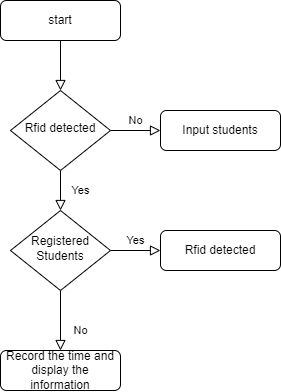
Before: 2_Architecture/flowchart.drawio.png, a diagram exported from draw.io (Ajithmathiyalagan/M1_Project). Source tidied: cells renumbered, new cells last; positions are measured from the earlier drawing's top-left corner, leaving out a move shared by most shapes.
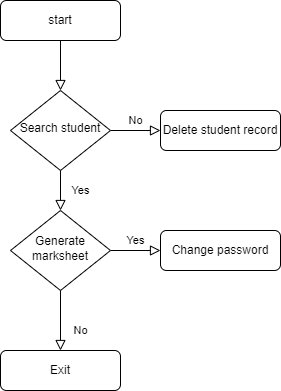
Above is the later version.

What changed in the source:
```diff
@@ -14,10 +14,10 @@
     <mxCell id="5" value="No" style="edgeStyle=orthogonalEdgeStyle;rounded=0;html=1;jettySize=auto;fontSize=11;endArrow=block;endFill=0;endSize=8;strokeWidth=1;shadow=0;labelBackgroundColor=none;" parent="1" edge="1" source="6" target="7">
       <mxGeometry y="10" relative="1" as="geometry" />
     </mxCell>
-    <mxCell id="6" value="Rfid detected" style="rhombus;whiteSpace=wrap;html=1;shadow=0;fontFamily=Helvetica;fontSize=12;align=center;strokeWidth=1;spacing=6;spacingTop=-4;" parent="1" vertex="1">
+    <mxCell id="6" value="Search student" style="rhombus;whiteSpace=wrap;html=1;shadow=0;fontFamily=Helvetica;fontSize=12;align=center;strokeWidth=1;spacing=6;spacingTop=-4;" parent="1" vertex="1">
       <mxGeometry x="10" y="90" width="100" height="80" as="geometry" />
     </mxCell>
-    <mxCell id="7" value="Input students" style="rounded=1;whiteSpace=wrap;html=1;fontSize=12;glass=0;strokeWidth=1;shadow=0;" parent="1" vertex="1">
+    <mxCell id="7" value="Delete student record" style="rounded=1;whiteSpace=wrap;html=1;fontSize=12;glass=0;strokeWidth=1;shadow=0;" parent="1" vertex="1">
       <mxGeometry x="160" y="110" width="120" height="40" as="geometry" />
     </mxCell>
     <mxCell id="8" value="No" style="rounded=0;html=1;jettySize=auto;fontSize=11;endArrow=block;endFill=0;endSize=8;strokeWidth=1;shadow=0;labelBackgroundColor=none;edgeStyle=orthogonalEdgeStyle;" parent="1" edge="1" source="10" target="11">
@@ -26,13 +26,13 @@
     <mxCell id="9" value="Yes" style="edgeStyle=orthogonalEdgeStyle;rounded=0;html=1;jettySize=auto;fontSize=11;endArrow=block;endFill=0;endSize=8;strokeWidth=1;shadow=0;labelBackgroundColor=none;" parent="1" edge="1" source="10" target="12">
       <mxGeometry y="10" relative="1" as="geometry" />
     </mxCell>
-    <mxCell id="10" value="Registered&lt;br&gt;Students" style="rhombus;whiteSpace=wrap;html=1;shadow=0;fontFamily=Helvetica;fontSize=12;align=center;strokeWidth=1;spacing=6;spacingTop=-4;" parent="1" vertex="1">
+    <mxCell id="10" value="Generate marksheet" style="rhombus;whiteSpace=wrap;html=1;shadow=0;fontFamily=Helvetica;fontSize=12;align=center;strokeWidth=1;spacing=6;spacingTop=-4;" parent="1" vertex="1">
       <mxGeometry x="10" y="210" width="100" height="80" as="geometry" />
     </mxCell>
-    <mxCell id="11" value="Record the time and display the information" style="rounded=1;whiteSpace=wrap;html=1;fontSize=12;glass=0;strokeWidth=1;shadow=0;" parent="1" vertex="1">
+    <mxCell id="11" value="Exit" style="rounded=1;whiteSpace=wrap;html=1;fontSize=12;glass=0;strokeWidth=1;shadow=0;" parent="1" vertex="1">
       <mxGeometry y="350" width="120" height="40" as="geometry" />
     </mxCell>
-    <mxCell id="12" value="Rfid detected" style="rounded=1;whiteSpace=wrap;html=1;fontSize=12;glass=0;strokeWidth=1;shadow=0;" parent="1" vertex="1">
+    <mxCell id="12" value="Change password" style="rounded=1;whiteSpace=wrap;html=1;fontSize=12;glass=0;strokeWidth=1;shadow=0;" parent="1" vertex="1">
       <mxGeometry x="160" y="230" width="120" height="40" as="geometry" />
     </mxCell>
   </root>
```
